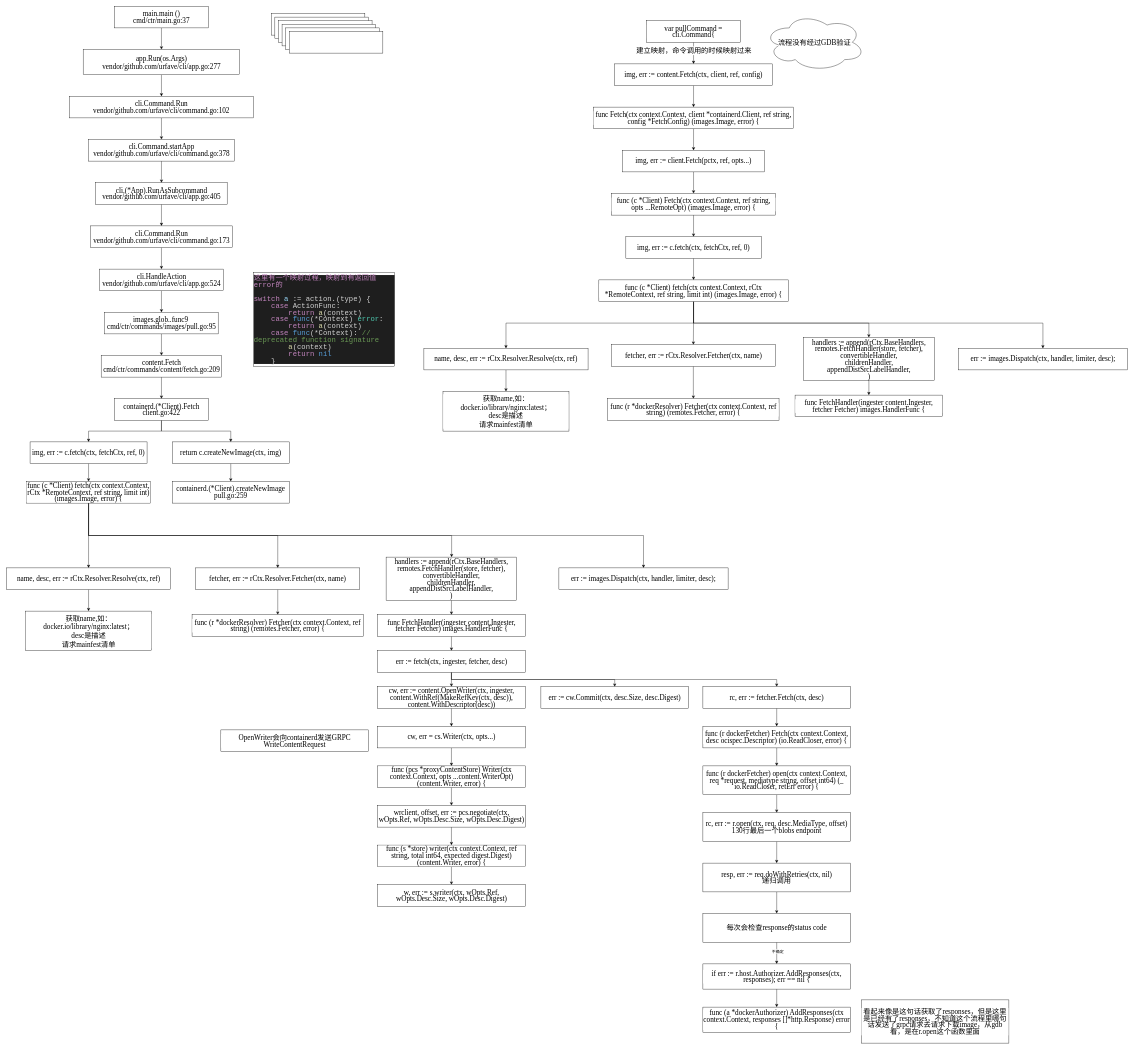
Earlier version of the draw.io diagram page "containerd" (1 of 4) of Ceph Librbd PWL .drawio (CongMinYin/flow). Source tidied: cells renumbered, new cells numbered last; positions are measured from the earlier drawing's top-left corner, leaving out a move shared by most shapes. Both pictures are drawn from the tidied source at 36%, with x=0, y=0 at pixel (6, 6).
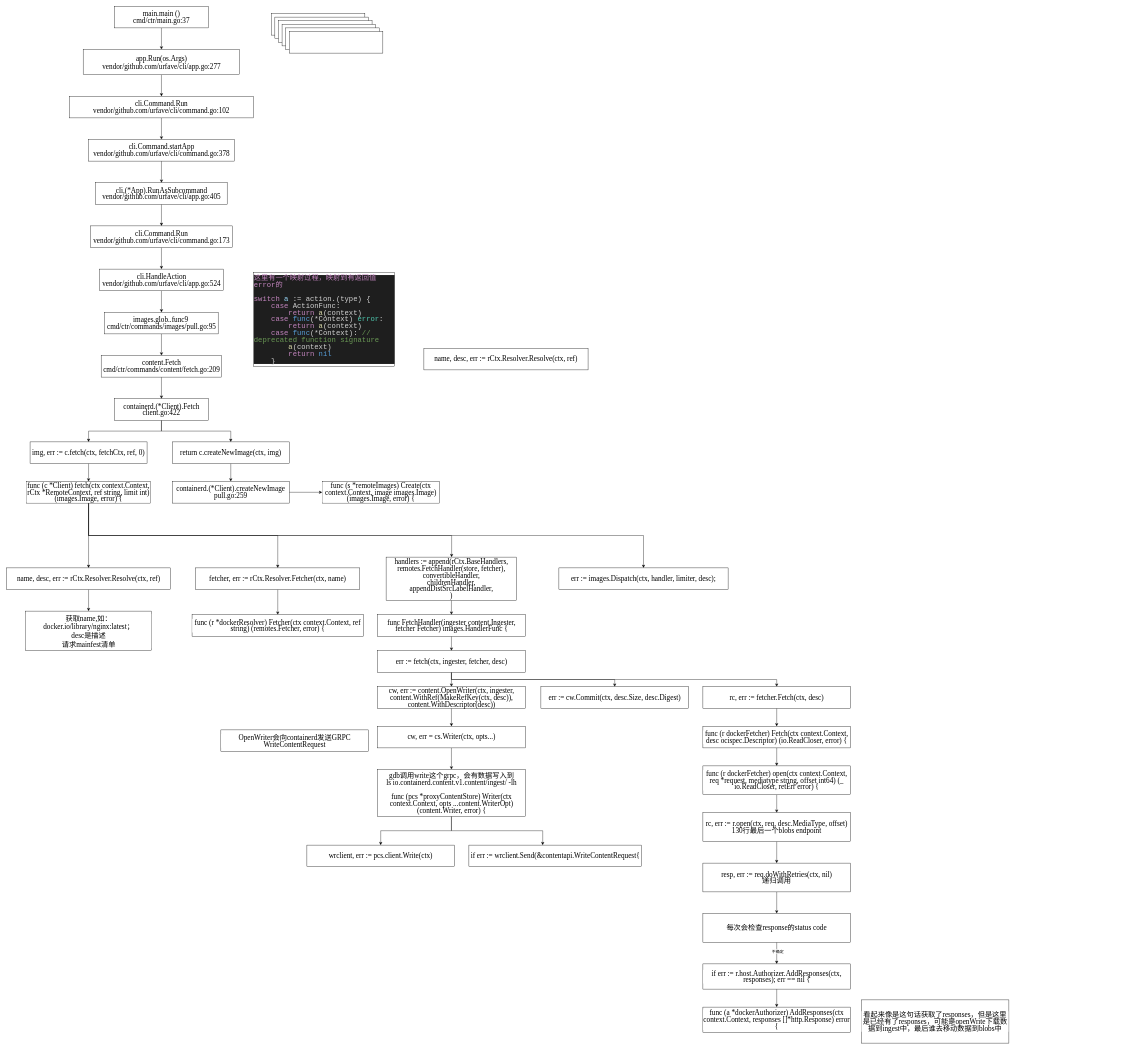
The same diagram, later.

Unchanged cells that the change refers to:
```xml
<mxCell id="69" value="&lt;div style=&quot;font-size: 20px; line-height: 19px;&quot;&gt;containerd.(*Client).createNewImage&lt;br&gt;&lt;/div&gt;&lt;div style=&quot;font-size: 20px; line-height: 19px;&quot;&gt;pull.go:259&lt;br&gt;&lt;/div&gt;" style="rounded=0;whiteSpace=wrap;html=1;labelBackgroundColor=default;fontColor=#000000;fontFamily=Times New Roman;fontSize=20;" parent="1" vertex="1">
  <mxGeometry x="460" y="1320" width="325" height="60" as="geometry" />
</mxCell>
<mxCell id="94" value="&lt;div style=&quot;line-height: 19px; font-size: 20px;&quot;&gt;&lt;font style=&quot;font-size: 20px;&quot;&gt;&lt;span style=&quot;font-size: 20px;&quot;&gt;name, desc, err := rCtx.Resolver.Resolve(ctx, ref)&lt;/span&gt;&lt;/font&gt;&lt;br style=&quot;font-size: 20px;&quot;&gt;&lt;/div&gt;" style="rounded=0;whiteSpace=wrap;html=1;labelBackgroundColor=default;fontColor=#000000;fontFamily=Times New Roman;fontSize=20;" parent="1" vertex="1">
  <mxGeometry x="1159" y="950" width="456" height="60" as="geometry" />
</mxCell>
```

What changed in the source:
```diff
@@
-    <mxCell id="2" style="edgeStyle=orthogonalEdgeStyle;rounded=0;jettySize=auto;html=1;exitX=0.5;exitY=1;exitDx=0;exitDy=0;labelBackgroundColor=default;fontColor=#000000;fontFamily=Times New Roman;fontSize=20;" parent="1" edge="1" source="4" target="6">
-      <mxGeometry relative="1" as="geometry" />
-    </mxCell>
-    <mxCell id="3" value="建立映射，命令调用的时候映射过来" style="edgeLabel;html=1;align=center;verticalAlign=middle;fontSize=20;" parent="2" vertex="1">
-      <mxGeometry x="-0.26" relative="1" as="geometry" />
-    </mxCell>
-    <mxCell id="4" value="&lt;div style=&quot;font-size: 20px; line-height: 19px;&quot;&gt;&lt;span style=&quot;font-size: 20px;&quot;&gt;var&lt;/span&gt; &lt;span style=&quot;font-size: 20px;&quot;&gt;pullCommand&lt;/span&gt; = cli.Command{&lt;/div&gt;" style="rounded=0;whiteSpace=wrap;html=1;labelBackgroundColor=default;fontColor=#000000;fontFamily=Times New Roman;fontSize=20;" parent="1" vertex="1">
-      <mxGeometry x="1778" y="40" width="260" height="60" as="geometry" />
-    </mxCell>
-    <mxCell id="5" style="edgeStyle=orthogonalEdgeStyle;rounded=0;jettySize=auto;html=1;exitX=0.5;exitY=1;exitDx=0;exitDy=0;entryX=0.5;entryY=0;entryDx=0;entryDy=0;labelBackgroundColor=default;fontColor=#000000;fontFamily=Times New Roman;fontSize=20;" parent="1" edge="1" source="6" target="18">
-      <mxGeometry relative="1" as="geometry" />
-    </mxCell>
-    <mxCell id="6" value="&lt;div style=&quot;font-size: 20px; line-height: 19px;&quot;&gt;&lt;span style=&quot;font-size: 20px;&quot;&gt;img&lt;/span&gt;, &lt;span style=&quot;font-size: 20px;&quot;&gt;err&lt;/span&gt; := content.&lt;span style=&quot;font-size: 20px;&quot;&gt;Fetch&lt;/span&gt;(ctx, client, ref, config)&lt;/div&gt;" style="rounded=0;whiteSpace=wrap;html=1;labelBackgroundColor=default;fontColor=#000000;fontFamily=Times New Roman;fontSize=20;" parent="1" vertex="1">
-      <mxGeometry x="1688" y="160" width="440" height="60" as="geometry" />
-    </mxCell>
@@
-    <mxCell id="10" style="edgeStyle=orthogonalEdgeStyle;rounded=0;jettySize=auto;html=1;exitX=0.5;exitY=1;exitDx=0;exitDy=0;entryX=0.5;entryY=0;entryDx=0;entryDy=0;" parent="1" edge="1" source="14" target="87">
-      <mxGeometry relative="1" as="geometry" />
-    </mxCell>
-    <mxCell id="11" style="edgeStyle=orthogonalEdgeStyle;rounded=0;jettySize=auto;html=1;exitX=0.5;exitY=1;exitDx=0;exitDy=0;entryX=0.5;entryY=0;entryDx=0;entryDy=0;" parent="1" edge="1" source="14" target="94">
-      <mxGeometry relative="1" as="geometry">
-        <Array as="points">
-          <mxPoint x="1908" y="880" />
-          <mxPoint x="1387" y="880" />
-        </Array>
-      </mxGeometry>
-    </mxCell>
-    <mxCell id="12" style="edgeStyle=orthogonalEdgeStyle;rounded=0;jettySize=auto;html=1;exitX=0.5;exitY=1;exitDx=0;exitDy=0;entryX=0.5;entryY=0;entryDx=0;entryDy=0;" parent="1" edge="1" source="14" target="91">
-      <mxGeometry relative="1" as="geometry">
-        <Array as="points">
-          <mxPoint x="1908" y="880" />
-          <mxPoint x="2395" y="880" />
-        </Array>
-      </mxGeometry>
-    </mxCell>
-    <mxCell id="13" style="edgeStyle=orthogonalEdgeStyle;rounded=0;jettySize=auto;html=1;exitX=0.5;exitY=1;exitDx=0;exitDy=0;entryX=0.5;entryY=0;entryDx=0;entryDy=0;" parent="1" edge="1" source="14" target="92">
-      <mxGeometry relative="1" as="geometry">
-        <Array as="points">
-          <mxPoint x="1908" y="880" />
-          <mxPoint x="2878" y="880" />
-        </Array>
-      </mxGeometry>
-    </mxCell>
-    <mxCell id="14" value="&lt;div style=&quot;font-size: 20px; line-height: 19px;&quot;&gt;&lt;span style=&quot;font-size: 20px;&quot;&gt;func&lt;/span&gt; (c *Client) &lt;span style=&quot;font-size: 20px;&quot;&gt;fetch&lt;/span&gt;(ctx context.Context, rCtx *RemoteContext, ref &lt;span style=&quot;font-size: 20px;&quot;&gt;string&lt;/span&gt;, limit &lt;span style=&quot;font-size: 20px;&quot;&gt;int&lt;/span&gt;) (images.Image, &lt;span style=&quot;font-size: 20px;&quot;&gt;error&lt;/span&gt;) {&lt;/div&gt;" style="rounded=0;whiteSpace=wrap;html=1;labelBackgroundColor=default;fontColor=#000000;fontFamily=Times New Roman;fontSize=20;" parent="1" vertex="1">
-      <mxGeometry x="1645" y="760" width="526" height="60" as="geometry" />
-    </mxCell>
@@
-    <mxCell id="17" style="edgeStyle=orthogonalEdgeStyle;rounded=0;jettySize=auto;html=1;exitX=0.5;exitY=1;exitDx=0;exitDy=0;entryX=0.5;entryY=0;entryDx=0;entryDy=0;labelBackgroundColor=default;fontColor=#000000;fontFamily=Times New Roman;fontSize=20;" parent="1" edge="1" source="18" target="20">
-      <mxGeometry relative="1" as="geometry" />
-    </mxCell>
-    <mxCell id="18" value="&lt;div style=&quot;font-size: 20px; line-height: 19px;&quot;&gt;&lt;span style=&quot;font-size: 20px;&quot;&gt;func&lt;/span&gt; &lt;span style=&quot;font-size: 20px;&quot;&gt;Fetch&lt;/span&gt;(ctx context.Context, client *containerd.Client, ref &lt;span style=&quot;font-size: 20px;&quot;&gt;string&lt;/span&gt;, config *FetchConfig) (images.Image, &lt;span style=&quot;font-size: 20px;&quot;&gt;error&lt;/span&gt;) {&lt;/div&gt;" style="rounded=0;whiteSpace=wrap;html=1;labelBackgroundColor=default;fontColor=#000000;fontFamily=Times New Roman;fontSize=20;" parent="1" vertex="1">
-      <mxGeometry x="1630" y="280" width="556" height="60" as="geometry" />
-    </mxCell>
-    <mxCell id="19" style="edgeStyle=orthogonalEdgeStyle;rounded=0;jettySize=auto;html=1;exitX=0.5;exitY=1;exitDx=0;exitDy=0;entryX=0.5;entryY=0;entryDx=0;entryDy=0;labelBackgroundColor=default;fontColor=#000000;fontFamily=Times New Roman;fontSize=20;" parent="1" edge="1" source="20" target="22">
-      <mxGeometry relative="1" as="geometry" />
-    </mxCell>
-    <mxCell id="20" value="&lt;div style=&quot;font-size: 20px; line-height: 19px;&quot;&gt;&lt;span style=&quot;font-size: 20px;&quot;&gt;img&lt;/span&gt;, &lt;span style=&quot;font-size: 20px;&quot;&gt;err&lt;/span&gt; := client.&lt;span style=&quot;font-size: 20px;&quot;&gt;Fetch&lt;/span&gt;(pctx, ref, opts...)&lt;/div&gt;" style="rounded=0;whiteSpace=wrap;html=1;labelBackgroundColor=default;fontColor=#000000;fontFamily=Times New Roman;fontSize=20;" parent="1" vertex="1">
-      <mxGeometry x="1711" y="400" width="394" height="60" as="geometry" />
-    </mxCell>
-    <mxCell id="21" style="edgeStyle=orthogonalEdgeStyle;rounded=0;jettySize=auto;html=1;exitX=0.5;exitY=1;exitDx=0;exitDy=0;labelBackgroundColor=default;fontColor=#000000;fontFamily=Times New Roman;fontSize=20;" parent="1" edge="1" source="22" target="24">
-      <mxGeometry relative="1" as="geometry" />
-    </mxCell>
-    <mxCell id="22" value="&lt;div style=&quot;font-size: 20px; line-height: 19px;&quot;&gt;&lt;span style=&quot;font-size: 20px;&quot;&gt;func&lt;/span&gt; (c *Client) &lt;span style=&quot;font-size: 20px;&quot;&gt;Fetch&lt;/span&gt;(ctx context.Context, ref &lt;span style=&quot;font-size: 20px;&quot;&gt;string&lt;/span&gt;, opts ...RemoteOpt) (images.Image, &lt;span style=&quot;font-size: 20px;&quot;&gt;error&lt;/span&gt;) {&lt;/div&gt;" style="rounded=0;whiteSpace=wrap;html=1;labelBackgroundColor=default;fontColor=#000000;fontFamily=Times New Roman;fontSize=20;" parent="1" vertex="1">
-      <mxGeometry x="1679.5" y="520" width="457" height="60" as="geometry" />
-    </mxCell>
-    <mxCell id="23" style="edgeStyle=orthogonalEdgeStyle;rounded=0;jettySize=auto;html=1;exitX=0.5;exitY=1;exitDx=0;exitDy=0;entryX=0.5;entryY=0;entryDx=0;entryDy=0;labelBackgroundColor=default;fontColor=#000000;fontFamily=Times New Roman;fontSize=20;" parent="1" edge="1" source="24" target="14">
-      <mxGeometry relative="1" as="geometry" />
-    </mxCell>
-    <mxCell id="24" value="&lt;div style=&quot;font-size: 20px; line-height: 19px;&quot;&gt;&lt;span style=&quot;font-size: 20px;&quot;&gt;img&lt;/span&gt;, &lt;span style=&quot;font-size: 20px;&quot;&gt;err&lt;/span&gt; := c.&lt;span style=&quot;font-size: 20px;&quot;&gt;fetch&lt;/span&gt;(ctx, fetchCtx, ref, &lt;span style=&quot;font-size: 20px;&quot;&gt;0&lt;/span&gt;)&lt;/div&gt;" style="rounded=0;whiteSpace=wrap;html=1;labelBackgroundColor=default;fontColor=#000000;fontFamily=Times New Roman;fontSize=20;" parent="1" vertex="1">
-      <mxGeometry x="1720" y="640" width="376" height="60" as="geometry" />
-    </mxCell>
@@
-    <mxCell id="28" value="流程没有经过GDB验证" style="ellipse;shape=cloud;whiteSpace=wrap;html=1;labelBackgroundColor=default;fontColor=#000000;fontFamily=Times New Roman;fontSize=20;" parent="1" vertex="1">
-      <mxGeometry x="2104" y="20" width="280" height="160" as="geometry" />
-    </mxCell>
@@
+    <mxCell id="114" style="edgeStyle=orthogonalEdgeStyle;rounded=0;jettySize=auto;html=1;exitX=1;exitY=0.5;exitDx=0;exitDy=0;entryX=0;entryY=0.5;entryDx=0;entryDy=0;fontSize=18;" parent="1" edge="1" source="69" target="116">
+      <mxGeometry relative="1" as="geometry" />
+    </mxCell>
@@
+    <mxCell id="115" style="edgeStyle=orthogonalEdgeStyle;rounded=0;jettySize=auto;html=1;exitX=0.5;exitY=1;exitDx=0;exitDy=0;fontSize=18;" parent="1" edge="1" source="80" target="82">
+      <mxGeometry relative="1" as="geometry">
+        <Array as="points">
+          <mxPoint x="1236" y="2290" />
+          <mxPoint x="1489" y="2290" />
+        </Array>
+      </mxGeometry>
+    </mxCell>
-    <mxCell id="79" style="edgeStyle=orthogonalEdgeStyle;rounded=0;jettySize=auto;html=1;exitX=0.5;exitY=1;exitDx=0;exitDy=0;" parent="1" edge="1" source="80" target="84">
+    <mxCell id="79" style="edgeStyle=orthogonalEdgeStyle;rounded=0;jettySize=auto;html=1;exitX=0.5;exitY=1;exitDx=0;exitDy=0;entryX=0.5;entryY=0;entryDx=0;entryDy=0;fontSize=18;" parent="1" edge="1" source="80" target="84">
       <mxGeometry relative="1" as="geometry" />
     </mxCell>
-    <mxCell id="80" value="&lt;div style=&quot;line-height: 19px;&quot;&gt;func (pcs *proxyContentStore) Writer(ctx context.Context, opts ...content.WriterOpt) (content.Writer, error) {&lt;br&gt;&lt;/div&gt;" style="rounded=0;whiteSpace=wrap;html=1;labelBackgroundColor=default;fontColor=#000000;fontFamily=Times New Roman;fontSize=20;" parent="1" vertex="1">
-      <mxGeometry x="1030.5" y="2110" width="410" height="60" as="geometry" />
+    <mxCell id="80" value="&lt;div style=&quot;line-height: 19px;&quot;&gt;gdb调用write这个grpc，会有数据写入到&lt;/div&gt;&lt;div style=&quot;line-height: 19px;&quot;&gt;ls io.containerd.content.v1.content/ingest/ -lh&lt;/div&gt;&lt;div style=&quot;line-height: 19px;&quot;&gt;&lt;br&gt;&lt;/div&gt;&lt;div style=&quot;line-height: 19px;&quot;&gt;func (pcs *proxyContentStore) Writer(ctx context.Context, opts ...content.WriterOpt) (content.Writer, error) {&lt;br&gt;&lt;/div&gt;" style="rounded=0;whiteSpace=wrap;html=1;labelBackgroundColor=default;fontColor=#000000;fontFamily=Times New Roman;fontSize=20;" parent="1" vertex="1">
+      <mxGeometry x="1030.5" y="2120" width="410" height="130" as="geometry" />
     </mxCell>
-    <mxCell id="81" style="edgeStyle=orthogonalEdgeStyle;rounded=0;jettySize=auto;html=1;exitX=0.5;exitY=1;exitDx=0;exitDy=0;entryX=0.5;entryY=0;entryDx=0;entryDy=0;" parent="1" edge="1" source="82" target="85">
-      <mxGeometry relative="1" as="geometry" />
-    </mxCell>
-    <mxCell id="82" value="&lt;div style=&quot;line-height: 19px;&quot;&gt;func (s *store) writer(ctx context.Context, ref string, total int64, expected digest.Digest) (content.Writer, error) {&lt;br&gt;&lt;/div&gt;" style="rounded=0;whiteSpace=wrap;html=1;labelBackgroundColor=default;fontColor=#000000;fontFamily=Times New Roman;fontSize=20;" parent="1" vertex="1">
-      <mxGeometry x="1030.5" y="2330" width="410" height="60" as="geometry" />
+    <mxCell id="82" value="&lt;div style=&quot;line-height: 19px;&quot;&gt;if err := wrclient.Send(&amp;amp;contentapi.WriteContentRequest{&lt;br&gt;&lt;/div&gt;" style="rounded=0;whiteSpace=wrap;html=1;labelBackgroundColor=default;fontColor=#000000;fontFamily=Times New Roman;fontSize=20;" parent="1" vertex="1">
+      <mxGeometry x="1284" y="2330" width="480" height="60" as="geometry" />
     </mxCell>
-    <mxCell id="83" style="edgeStyle=orthogonalEdgeStyle;rounded=0;jettySize=auto;html=1;exitX=0.5;exitY=1;exitDx=0;exitDy=0;entryX=0.5;entryY=0;entryDx=0;entryDy=0;" parent="1" edge="1" source="84" target="82">
-      <mxGeometry relative="1" as="geometry" />
-    </mxCell>
-    <mxCell id="84" value="&lt;div style=&quot;line-height: 19px;&quot;&gt;wrclient, offset, err := pcs.negotiate(ctx, wOpts.Ref, wOpts.Desc.Size, wOpts.Desc.Digest)&lt;br&gt;&lt;/div&gt;" style="rounded=0;whiteSpace=wrap;html=1;labelBackgroundColor=default;fontColor=#000000;fontFamily=Times New Roman;fontSize=20;" parent="1" vertex="1">
-      <mxGeometry x="1030.5" y="2220" width="410" height="60" as="geometry" />
+    <mxCell id="84" value="&lt;div style=&quot;line-height: 19px;&quot;&gt;wrclient, err := pcs.client.Write(ctx)&lt;br&gt;&lt;/div&gt;" style="rounded=0;whiteSpace=wrap;html=1;labelBackgroundColor=default;fontColor=#000000;fontFamily=Times New Roman;fontSize=20;" parent="1" vertex="1">
+      <mxGeometry x="834" y="2330" width="410" height="60" as="geometry" />
     </mxCell>
-    <mxCell id="85" value="&lt;div style=&quot;line-height: 19px;&quot;&gt;w, err := s.writer(ctx, wOpts.Ref, wOpts.Desc.Size, wOpts.Desc.Digest)&lt;br&gt;&lt;/div&gt;" style="rounded=0;whiteSpace=wrap;html=1;labelBackgroundColor=default;fontColor=#000000;fontFamily=Times New Roman;fontSize=20;" parent="1" vertex="1">
-      <mxGeometry x="1030.5" y="2440" width="410" height="60" as="geometry" />
-    </mxCell>
-    <mxCell id="86" style="edgeStyle=orthogonalEdgeStyle;rounded=0;jettySize=auto;html=1;exitX=0.5;exitY=1;exitDx=0;exitDy=0;entryX=0.5;entryY=0;entryDx=0;entryDy=0;labelBackgroundColor=default;fontColor=#000000;fontFamily=Times New Roman;fontSize=20;" parent="1" edge="1" source="87" target="88">
-      <mxGeometry relative="1" as="geometry" />
-    </mxCell>
-    <mxCell id="87" value="&lt;div style=&quot;font-size: 20px; line-height: 19px;&quot;&gt;&lt;span style=&quot;font-size: 20px;&quot;&gt;fetcher&lt;/span&gt;, &lt;span style=&quot;font-size: 20px;&quot;&gt;err&lt;/span&gt; := rCtx.Resolver.&lt;span style=&quot;font-size: 20px;&quot;&gt;Fetcher&lt;/span&gt;(ctx, name)&lt;/div&gt;" style="rounded=0;whiteSpace=wrap;html=1;labelBackgroundColor=default;fontColor=#000000;fontFamily=Times New Roman;fontSize=20;" parent="1" vertex="1">
-      <mxGeometry x="1679.5" y="940" width="456" height="60" as="geometry" />
-    </mxCell>
-    <mxCell id="88" value="&lt;div style=&quot;font-size: 20px; line-height: 19px;&quot;&gt;&lt;span style=&quot;font-size: 20px;&quot;&gt;func&lt;/span&gt; (r *dockerResolver) &lt;span style=&quot;font-size: 20px;&quot;&gt;Fetcher&lt;/span&gt;(ctx context.Context, ref &lt;span style=&quot;font-size: 20px;&quot;&gt;string&lt;/span&gt;) (remotes.Fetcher, &lt;span style=&quot;font-size: 20px;&quot;&gt;error&lt;/span&gt;) {&lt;/div&gt;" style="rounded=0;whiteSpace=wrap;html=1;labelBackgroundColor=default;fontColor=#000000;fontFamily=Times New Roman;fontSize=20;" parent="1" vertex="1">
-      <mxGeometry x="1669.5" y="1090" width="476" height="60" as="geometry" />
-    </mxCell>
-    <mxCell id="89" value="&lt;div style=&quot;font-size: 20px; line-height: 19px;&quot;&gt;&lt;span style=&quot;font-size: 20px;&quot;&gt;func&lt;/span&gt; &lt;span style=&quot;font-size: 20px;&quot;&gt;FetchHandler&lt;/span&gt;(ingester content.Ingester, fetcher Fetcher) images.HandlerFunc {&lt;/div&gt;" style="rounded=0;whiteSpace=wrap;html=1;labelBackgroundColor=default;fontColor=#000000;fontFamily=Times New Roman;fontSize=20;" parent="1" vertex="1">
-      <mxGeometry x="2190" y="1080" width="410" height="60" as="geometry" />
-    </mxCell>
-    <mxCell id="90" style="edgeStyle=orthogonalEdgeStyle;rounded=0;jettySize=auto;html=1;exitX=0.5;exitY=1;exitDx=0;exitDy=0;labelBackgroundColor=default;fontColor=#000000;fontFamily=Times New Roman;fontSize=20;" parent="1" edge="1" source="91" target="89">
-      <mxGeometry relative="1" as="geometry" />
-    </mxCell>
-    <mxCell id="91" value="&lt;div style=&quot;font-size: 20px; line-height: 19px;&quot;&gt;&lt;div style=&quot;font-size: 20px;&quot;&gt;&lt;span style=&quot;font-size: 20px;&quot;&gt;handlers&lt;/span&gt; := &lt;span style=&quot;font-size: 20px;&quot;&gt;append&lt;/span&gt;(rCtx.BaseHandlers,&lt;/div&gt;&lt;div style=&quot;font-size: 20px;&quot;&gt;      remotes.&lt;span style=&quot;font-size: 20px;&quot;&gt;FetchHandler&lt;/span&gt;(store, fetcher),&lt;/div&gt;&lt;div style=&quot;font-size: 20px;&quot;&gt;      convertibleHandler,&lt;/div&gt;&lt;div style=&quot;font-size: 20px;&quot;&gt;      childrenHandler,&lt;/div&gt;&lt;div style=&quot;font-size: 20px;&quot;&gt;      appendDistSrcLabelHandler,&lt;/div&gt;&lt;div style=&quot;font-size: 20px;&quot;&gt;    )&lt;/div&gt;&lt;/div&gt;" style="rounded=0;whiteSpace=wrap;html=1;fontColor=#000000;labelBackgroundColor=default;fontFamily=Times New Roman;fontSize=20;" parent="1" vertex="1">
-      <mxGeometry x="2213.5" y="920" width="363" height="120" as="geometry" />
-    </mxCell>
-    <mxCell id="92" value="&lt;div style=&quot;font-size: 20px; line-height: 19px;&quot;&gt;&lt;span style=&quot;font-size: 20px;&quot;&gt;err&lt;/span&gt; := images.&lt;span style=&quot;font-size: 20px;&quot;&gt;Dispatch&lt;/span&gt;(ctx, handler, limiter, desc);&lt;/div&gt;" style="rounded=0;whiteSpace=wrap;html=1;labelBackgroundColor=default;fontColor=#000000;fontFamily=Times New Roman;fontSize=20;" parent="1" vertex="1">
-      <mxGeometry x="2643.5" y="950" width="470" height="60" as="geometry" />
-    </mxCell>
-    <mxCell id="93" style="edgeStyle=orthogonalEdgeStyle;rounded=0;jettySize=auto;html=1;exitX=0.5;exitY=1;exitDx=0;exitDy=0;labelBackgroundColor=default;fontColor=#000000;fontFamily=Times New Roman;fontSize=20;" parent="1" edge="1" source="94" target="95">
-      <mxGeometry relative="1" as="geometry" />
-    </mxCell>
@@
-    <mxCell id="95" value="&lt;div style=&quot;line-height: 19px; font-size: 20px;&quot;&gt;&lt;/div&gt;&lt;font style=&quot;font-size: 20px;&quot;&gt;&lt;span style=&quot;font-size: 20px;&quot;&gt;获取name,如：docker.io/library/nginx:latest；&lt;br style=&quot;font-size: 20px;&quot;&gt;desc是描述&lt;br&gt;请求mainfest清单&lt;br style=&quot;font-size: 20px;&quot;&gt;&lt;/span&gt;&lt;/font&gt;" style="rounded=0;whiteSpace=wrap;html=1;labelBackgroundColor=default;fontColor=#000000;fontFamily=Times New Roman;fontSize=20;" parent="1" vertex="1">
-      <mxGeometry x="1212" y="1070" width="350" height="110" as="geometry" />
-    </mxCell>
@@
-    <mxCell id="112" value="&lt;div style=&quot;line-height: 19px;&quot;&gt;看起来像是这句话获取了responses，但是这里是已经有了responses，不知道这个流程里哪句话发送了grpc请求去请求下载image，从gdb看，是在r.open这个函数里面&lt;/div&gt;" style="rounded=0;whiteSpace=wrap;html=1;labelBackgroundColor=default;fontColor=#000000;fontFamily=Times New Roman;fontSize=20;" parent="1" vertex="1">
+    <mxCell id="112" value="&lt;div style=&quot;line-height: 19px;&quot;&gt;看起来像是这句话获取了responses，但是这里是已经有了responses，可能是openWrite下载数据到ingest中，最后谁去移动数据到blobs中&lt;/div&gt;" style="rounded=0;whiteSpace=wrap;html=1;labelBackgroundColor=default;fontColor=#000000;fontFamily=Times New Roman;fontSize=20;" parent="1" vertex="1">
       <mxGeometry x="2374" y="2760" width="410" height="120" as="geometry" />
     </mxCell>
@@
+    <mxCell id="116" value="&lt;div style=&quot;line-height: 19px;&quot;&gt;func (s *remoteImages) Create(ctx context.Context, image images.Image) (images.Image, error) {&lt;br&gt;&lt;/div&gt;" style="rounded=0;whiteSpace=wrap;html=1;labelBackgroundColor=default;fontColor=#000000;fontFamily=Times New Roman;fontSize=20;" parent="1" vertex="1">
+      <mxGeometry x="876.5" y="1320" width="325" height="60" as="geometry" />
+    </mxCell>
```
